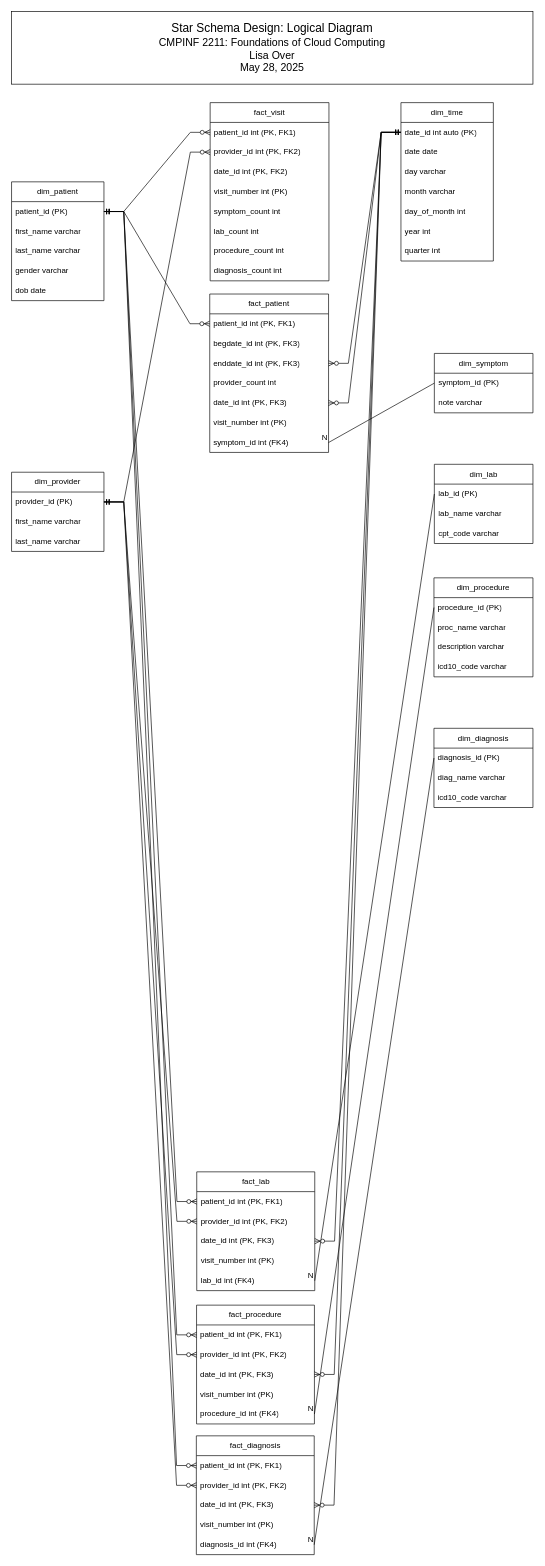
Before: EMR_Star_Schema/schema_diagram.drawio in sandbox-lisa/drawio, a draw.io diagram. Source tidied: cells renumbered, new cells numbered last; positions are measured from the earlier drawing's top-left corner, leaving out a move shared by most shapes. Both pictures are drawn from the tidied source at 66%, with x=0, y=0 at pixel (11, 11).
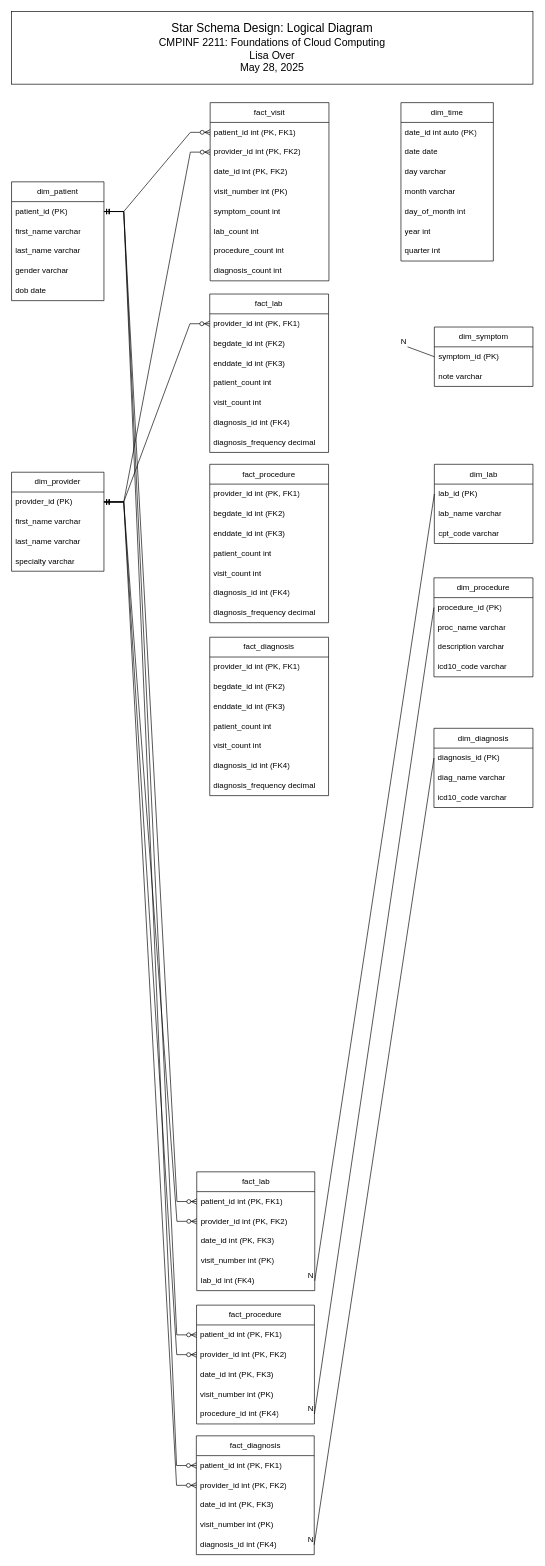
The same diagram, later.

The change refers to these unchanged cells:
```xml
<mxCell id="12" value="date_id int auto (PK)" style="text;strokeColor=none;fillColor=none;align=left;verticalAlign=middle;spacingLeft=4;spacingRight=4;overflow=hidden;points=[[0,0.5],[1,0.5]];portConstraint=eastwest;whiteSpace=wrap;html=1;" parent="11" vertex="1">
  <mxGeometry y="30" width="140" height="30" as="geometry" />
</mxCell>
<mxCell id="20" value="patient_id (PK)" style="text;strokeColor=none;fillColor=none;align=left;verticalAlign=middle;spacingLeft=4;spacingRight=4;overflow=hidden;points=[[0,0.5],[1,0.5]];portConstraint=eastwest;whiteSpace=wrap;html=1;" parent="19" vertex="1">
  <mxGeometry y="30" width="140" height="30" as="geometry" />
</mxCell>
<mxCell id="26" value="provider_id (PK)" style="text;strokeColor=none;fillColor=none;align=left;verticalAlign=middle;spacingLeft=4;spacingRight=4;overflow=hidden;points=[[0,0.5],[1,0.5]];portConstraint=eastwest;whiteSpace=wrap;html=1;" parent="25" vertex="1">
  <mxGeometry y="30" width="140" height="30" as="geometry" />
</mxCell>
<mxCell id="48" value="date_id int (PK, FK3)" style="text;strokeColor=none;fillColor=none;align=left;verticalAlign=middle;spacingLeft=4;spacingRight=4;overflow=hidden;points=[[0,0.5],[1,0.5]];portConstraint=eastwest;whiteSpace=wrap;html=1;" parent="45" vertex="1">
  <mxGeometry y="90" width="178.6" height="30" as="geometry" />
</mxCell>
<mxCell id="54" value="date_id int (PK, FK3)" style="text;strokeColor=none;fillColor=none;align=left;verticalAlign=middle;spacingLeft=4;spacingRight=4;overflow=hidden;points=[[0,0.5],[1,0.5]];portConstraint=eastwest;whiteSpace=wrap;html=1;" parent="51" vertex="1">
  <mxGeometry y="90" width="178.8" height="30" as="geometry" />
</mxCell>
<mxCell id="60" value="date_id int (PK, FK3)" style="text;strokeColor=none;fillColor=none;align=left;verticalAlign=middle;spacingLeft=4;spacingRight=4;overflow=hidden;points=[[0,0.5],[1,0.5]];portConstraint=eastwest;whiteSpace=wrap;html=1;" parent="57" vertex="1">
  <mxGeometry y="90" width="178.6" height="30" as="geometry" />
</mxCell>
```

The edit, as a diff of the source:
```diff
@@
     <mxCell id="25" value="dim_provider" style="swimlane;fontStyle=0;horizontal=1;startSize=30;whiteSpace=wrap;html=1;" parent="1" vertex="1">
-      <mxGeometry y="698" width="140" height="120" as="geometry" />
+      <mxGeometry y="698" width="140" height="150" as="geometry" />
     </mxCell>
@@
+    <mxCell id="94" value="specialty varchar" style="text;strokeColor=none;fillColor=none;align=left;verticalAlign=middle;spacingLeft=4;spacingRight=4;overflow=hidden;whiteSpace=wrap;html=1;" parent="25" vertex="1">
+      <mxGeometry y="120" width="140" height="30" as="geometry" />
+    </mxCell>
@@
-    <mxCell id="33" value="dim_symptom" style="swimlane;fontStyle=0;horizontal=1;startSize=30;whiteSpace=wrap;html=1;" parent="1" vertex="1">
-      <mxGeometry x="640.6" y="518" width="149.4" height="90" as="geometry" />
-    </mxCell>
-    <mxCell id="34" value="symptom_id (PK)" style="text;strokeColor=none;fillColor=none;align=left;verticalAlign=middle;spacingLeft=4;spacingRight=4;overflow=hidden;points=[[0,0.5],[1,0.5]];portConstraint=eastwest;whiteSpace=wrap;html=1;" parent="33" vertex="1">
-      <mxGeometry y="30" width="149.4" height="30" as="geometry" />
-    </mxCell>
-    <mxCell id="35" value="note&amp;nbsp;varchar" style="text;strokeColor=none;fillColor=none;align=left;verticalAlign=middle;spacingLeft=4;spacingRight=4;overflow=hidden;whiteSpace=wrap;html=1;" parent="33" vertex="1">
-      <mxGeometry y="60" width="149.4" height="30" as="geometry" />
-    </mxCell>
@@
-    <mxCell id="37" value="fact_patient" style="swimlane;fontStyle=0;horizontal=1;startSize=30;whiteSpace=wrap;html=1;" parent="1" vertex="1">
+    <mxCell id="37" value="fact_lab" style="swimlane;fontStyle=0;horizontal=1;startSize=30;whiteSpace=wrap;html=1;" parent="1" vertex="1">
       <mxGeometry x="300.3" y="428" width="180" height="240" as="geometry" />
     </mxCell>
-    <mxCell id="38" value="patient_id int (PK, FK1)" style="text;strokeColor=none;fillColor=none;align=left;verticalAlign=middle;spacingLeft=4;spacingRight=4;overflow=hidden;points=[[0,0.5],[1,0.5]];portConstraint=eastwest;whiteSpace=wrap;html=1;" parent="37" vertex="1">
+    <mxCell id="38" value="provider_id int (PK, FK1)" style="text;strokeColor=none;fillColor=none;align=left;verticalAlign=middle;spacingLeft=4;spacingRight=4;overflow=hidden;points=[[0,0.5],[1,0.5]];portConstraint=eastwest;whiteSpace=wrap;html=1;" parent="37" vertex="1">
       <mxGeometry y="30" width="180" height="30" as="geometry" />
     </mxCell>
-    <mxCell id="39" value="begdate_id int (PK, FK3)" style="text;strokeColor=none;fillColor=none;align=left;verticalAlign=middle;spacingLeft=4;spacingRight=4;overflow=hidden;whiteSpace=wrap;html=1;" parent="37" vertex="1">
+    <mxCell id="39" value="begdate_id int (FK2)" style="text;strokeColor=none;fillColor=none;align=left;verticalAlign=middle;spacingLeft=4;spacingRight=4;overflow=hidden;whiteSpace=wrap;html=1;" parent="37" vertex="1">
       <mxGeometry y="60" width="180" height="30" as="geometry" />
     </mxCell>
-    <mxCell id="40" value="enddate_id int (PK, FK3)" style="text;strokeColor=none;fillColor=none;align=left;verticalAlign=middle;spacingLeft=4;spacingRight=4;overflow=hidden;points=[[0,0.5],[1,0.5]];portConstraint=eastwest;whiteSpace=wrap;html=1;" parent="37" vertex="1">
+    <mxCell id="40" value="enddate_id int (FK3)" style="text;strokeColor=none;fillColor=none;align=left;verticalAlign=middle;spacingLeft=4;spacingRight=4;overflow=hidden;points=[[0,0.5],[1,0.5]];portConstraint=eastwest;whiteSpace=wrap;html=1;" parent="37" vertex="1">
       <mxGeometry y="90" width="180" height="30" as="geometry" />
     </mxCell>
-    <mxCell id="41" value="provider_count int" style="text;strokeColor=none;fillColor=none;align=left;verticalAlign=middle;spacingLeft=4;spacingRight=4;overflow=hidden;whiteSpace=wrap;html=1;" parent="37" vertex="1">
+    <mxCell id="41" value="patient_count int" style="text;strokeColor=none;fillColor=none;align=left;verticalAlign=middle;spacingLeft=4;spacingRight=4;overflow=hidden;whiteSpace=wrap;html=1;" parent="37" vertex="1">
       <mxGeometry y="120" width="180" height="30" as="geometry" />
     </mxCell>
-    <mxCell id="42" value="date_id int (PK, FK3)" style="text;strokeColor=none;fillColor=none;align=left;verticalAlign=middle;spacingLeft=4;spacingRight=4;overflow=hidden;points=[[0,0.5],[1,0.5]];portConstraint=eastwest;whiteSpace=wrap;html=1;" parent="37" vertex="1">
-      <mxGeometry y="150" width="180" height="30" as="geometry" />
-    </mxCell>
+    <mxCell id="95" value="visit_count int" style="text;strokeColor=none;fillColor=none;align=left;verticalAlign=middle;spacingLeft=4;spacingRight=4;overflow=hidden;whiteSpace=wrap;html=1;" parent="37" vertex="1">
+      <mxGeometry y="150" width="180" height="30" as="geometry" />
+    </mxCell>
-    <mxCell id="43" value="visit_number int (PK)" style="text;strokeColor=none;fillColor=none;align=left;verticalAlign=middle;spacingLeft=4;spacingRight=4;overflow=hidden;whiteSpace=wrap;html=1;" parent="37" vertex="1">
+    <mxCell id="43" value="diagnosis_id int (FK4)" style="text;strokeColor=none;fillColor=none;align=left;verticalAlign=middle;spacingLeft=4;spacingRight=4;overflow=hidden;whiteSpace=wrap;html=1;" parent="37" vertex="1">
       <mxGeometry y="180" width="180" height="30" as="geometry" />
     </mxCell>
-    <mxCell id="44" value="symptom_id int&amp;nbsp;(FK4)" style="text;strokeColor=none;fillColor=none;align=left;verticalAlign=middle;spacingLeft=4;spacingRight=4;overflow=hidden;points=[[0,0.5],[1,0.5]];portConstraint=eastwest;whiteSpace=wrap;html=1;" parent="37" vertex="1">
+    <mxCell id="44" value="diagnosis_frequency decimal" style="text;strokeColor=none;fillColor=none;align=left;verticalAlign=middle;spacingLeft=4;spacingRight=4;overflow=hidden;points=[[0,0.5],[1,0.5]];portConstraint=eastwest;whiteSpace=wrap;html=1;" parent="37" vertex="1">
       <mxGeometry y="210" width="180" height="30" as="geometry" />
     </mxCell>
@@
-    <mxCell id="72" style="endArrow=none;html=1;rounded=0;exitX=0;exitY=0.5;exitDx=0;exitDy=0;entryX=1;entryY=0.5;entryDx=0;entryDy=0;" parent="1" edge="1" source="34" target="44">
-      <mxGeometry relative="1" as="geometry" />
-    </mxCell>
-    <mxCell id="73" value="N" style="html=1;whiteSpace=wrap;align=right;verticalAlign=bottom;" parent="72" vertex="1">
-      <mxGeometry x="1" relative="1" as="geometry" />
-    </mxCell>
@@
-    <mxCell id="81" style="edgeStyle=entityRelationEdgeStyle;fontSize=12;html=1;endArrow=ERzeroToMany;startArrow=ERmandOne;rounded=0;entryX=0;entryY=0.5;entryDx=0;entryDy=0;exitX=1;exitY=0.5;exitDx=0;exitDy=0;" parent="1" edge="1" source="20" target="38">
+    <mxCell id="81" style="edgeStyle=entityRelationEdgeStyle;fontSize=12;html=1;endArrow=ERzeroToMany;startArrow=ERmandOne;rounded=0;entryX=0;entryY=0.5;entryDx=0;entryDy=0;exitX=1;exitY=0.5;exitDx=0;exitDy=0;" parent="1" edge="1" source="26" target="38">
       <mxGeometry relative="1" as="geometry" />
     </mxCell>
@@
-    <mxCell id="89" style="edgeStyle=entityRelationEdgeStyle;fontSize=12;html=1;endArrow=ERzeroToMany;startArrow=ERmandOne;rounded=0;entryX=1;entryY=0.5;entryDx=0;entryDy=0;exitX=0;exitY=0.5;exitDx=0;exitDy=0;" parent="1" edge="1" source="12" target="40">
-      <mxGeometry relative="1" as="geometry" />
-    </mxCell>
-    <mxCell id="90" style="edgeStyle=entityRelationEdgeStyle;fontSize=12;html=1;endArrow=ERzeroToMany;startArrow=ERmandOne;rounded=0;exitX=0;exitY=0.5;exitDx=0;exitDy=0;entryX=1;entryY=0.5;entryDx=0;entryDy=0;" parent="1" edge="1" source="12" target="42">
-      <mxGeometry relative="1" as="geometry" />
-    </mxCell>
-    <mxCell id="91" style="edgeStyle=entityRelationEdgeStyle;fontSize=12;html=1;endArrow=ERzeroToMany;startArrow=ERmandOne;rounded=0;exitX=0;exitY=0.5;exitDx=0;exitDy=0;entryX=1;entryY=0.5;entryDx=0;entryDy=0;" parent="1" edge="1" source="12" target="54">
-      <mxGeometry relative="1" as="geometry" />
-    </mxCell>
-    <mxCell id="92" style="edgeStyle=entityRelationEdgeStyle;fontSize=12;html=1;endArrow=ERzeroToMany;startArrow=ERmandOne;rounded=0;exitX=0;exitY=0.5;exitDx=0;exitDy=0;entryX=1;entryY=0.5;entryDx=0;entryDy=0;" parent="1" edge="1" source="12" target="48">
-      <mxGeometry relative="1" as="geometry" />
-    </mxCell>
-    <mxCell id="93" style="edgeStyle=entityRelationEdgeStyle;fontSize=12;html=1;endArrow=ERzeroToMany;startArrow=ERmandOne;rounded=0;entryX=1;entryY=0.5;entryDx=0;entryDy=0;exitX=0;exitY=0.5;exitDx=0;exitDy=0;" parent="1" edge="1" source="12" target="60">
-      <mxGeometry relative="1" as="geometry" />
-    </mxCell>
+    <mxCell id="96" value="fact_procedure" style="swimlane;fontStyle=0;horizontal=1;startSize=30;whiteSpace=wrap;html=1;" parent="1" vertex="1">
+      <mxGeometry x="300.3" y="686" width="180" height="240" as="geometry" />
+    </mxCell>
+    <mxCell id="97" value="provider_id int (PK, FK1)" style="text;strokeColor=none;fillColor=none;align=left;verticalAlign=middle;spacingLeft=4;spacingRight=4;overflow=hidden;whiteSpace=wrap;html=1;" parent="96" vertex="1">
+      <mxGeometry y="30" width="180" height="30" as="geometry" />
+    </mxCell>
+    <mxCell id="98" value="begdate_id int (FK2)" style="text;strokeColor=none;fillColor=none;align=left;verticalAlign=middle;spacingLeft=4;spacingRight=4;overflow=hidden;whiteSpace=wrap;html=1;" parent="96" vertex="1">
+      <mxGeometry y="60" width="180" height="30" as="geometry" />
+    </mxCell>
+    <mxCell id="99" value="enddate_id int (FK3)" style="text;strokeColor=none;fillColor=none;align=left;verticalAlign=middle;spacingLeft=4;spacingRight=4;overflow=hidden;whiteSpace=wrap;html=1;" parent="96" vertex="1">
+      <mxGeometry y="90" width="180" height="30" as="geometry" />
+    </mxCell>
+    <mxCell id="100" value="patient_count int" style="text;strokeColor=none;fillColor=none;align=left;verticalAlign=middle;spacingLeft=4;spacingRight=4;overflow=hidden;whiteSpace=wrap;html=1;" parent="96" vertex="1">
+      <mxGeometry y="120" width="180" height="30" as="geometry" />
+    </mxCell>
+    <mxCell id="101" value="visit_count int" style="text;strokeColor=none;fillColor=none;align=left;verticalAlign=middle;spacingLeft=4;spacingRight=4;overflow=hidden;whiteSpace=wrap;html=1;" parent="96" vertex="1">
+      <mxGeometry y="150" width="180" height="30" as="geometry" />
+    </mxCell>
+    <mxCell id="102" value="diagnosis_id int (FK4)" style="text;strokeColor=none;fillColor=none;align=left;verticalAlign=middle;spacingLeft=4;spacingRight=4;overflow=hidden;whiteSpace=wrap;html=1;" parent="96" vertex="1">
+      <mxGeometry y="180" width="180" height="30" as="geometry" />
+    </mxCell>
+    <mxCell id="103" value="diagnosis_frequency decimal" style="text;strokeColor=none;fillColor=none;align=left;verticalAlign=middle;spacingLeft=4;spacingRight=4;overflow=hidden;whiteSpace=wrap;html=1;" parent="96" vertex="1">
+      <mxGeometry y="210" width="180" height="30" as="geometry" />
+    </mxCell>
+    <mxCell id="104" value="fact_diagnosis" style="swimlane;fontStyle=0;horizontal=1;startSize=30;whiteSpace=wrap;html=1;" parent="1" vertex="1">
+      <mxGeometry x="300.3" y="948" width="180" height="240" as="geometry" />
+    </mxCell>
+    <mxCell id="105" value="provider_id int (PK, FK1)" style="text;strokeColor=none;fillColor=none;align=left;verticalAlign=middle;spacingLeft=4;spacingRight=4;overflow=hidden;whiteSpace=wrap;html=1;" parent="104" vertex="1">
+      <mxGeometry y="30" width="180" height="30" as="geometry" />
+    </mxCell>
+    <mxCell id="106" value="begdate_id int (FK2)" style="text;strokeColor=none;fillColor=none;align=left;verticalAlign=middle;spacingLeft=4;spacingRight=4;overflow=hidden;whiteSpace=wrap;html=1;" parent="104" vertex="1">
+      <mxGeometry y="60" width="180" height="30" as="geometry" />
+    </mxCell>
+    <mxCell id="107" value="enddate_id int (FK3)" style="text;strokeColor=none;fillColor=none;align=left;verticalAlign=middle;spacingLeft=4;spacingRight=4;overflow=hidden;whiteSpace=wrap;html=1;" parent="104" vertex="1">
+      <mxGeometry y="90" width="180" height="30" as="geometry" />
+    </mxCell>
+    <mxCell id="108" value="patient_count int" style="text;strokeColor=none;fillColor=none;align=left;verticalAlign=middle;spacingLeft=4;spacingRight=4;overflow=hidden;whiteSpace=wrap;html=1;" parent="104" vertex="1">
+      <mxGeometry y="120" width="180" height="30" as="geometry" />
+    </mxCell>
+    <mxCell id="109" value="visit_count int" style="text;strokeColor=none;fillColor=none;align=left;verticalAlign=middle;spacingLeft=4;spacingRight=4;overflow=hidden;whiteSpace=wrap;html=1;" parent="104" vertex="1">
+      <mxGeometry y="150" width="180" height="30" as="geometry" />
+    </mxCell>
+    <mxCell id="110" value="diagnosis_id int (FK4)" style="text;strokeColor=none;fillColor=none;align=left;verticalAlign=middle;spacingLeft=4;spacingRight=4;overflow=hidden;whiteSpace=wrap;html=1;" parent="104" vertex="1">
+      <mxGeometry y="180" width="180" height="30" as="geometry" />
+    </mxCell>
+    <mxCell id="111" value="diagnosis_frequency decimal" style="text;strokeColor=none;fillColor=none;align=left;verticalAlign=middle;spacingLeft=4;spacingRight=4;overflow=hidden;whiteSpace=wrap;html=1;" parent="104" vertex="1">
+      <mxGeometry y="210" width="180" height="30" as="geometry" />
+    </mxCell>
+    <mxCell id="33" value="dim_symptom" style="swimlane;fontStyle=0;horizontal=1;startSize=30;whiteSpace=wrap;html=1;" parent="1" vertex="1">
+      <mxGeometry x="640.6" y="478" width="149.4" height="90" as="geometry" />
+    </mxCell>
+    <mxCell id="34" value="symptom_id (PK)" style="text;strokeColor=none;fillColor=none;align=left;verticalAlign=middle;spacingLeft=4;spacingRight=4;overflow=hidden;points=[[0,0.5],[1,0.5]];portConstraint=eastwest;whiteSpace=wrap;html=1;" parent="33" vertex="1">
+      <mxGeometry y="30" width="149.4" height="30" as="geometry" />
+    </mxCell>
+    <mxCell id="35" value="note&amp;nbsp;varchar" style="text;strokeColor=none;fillColor=none;align=left;verticalAlign=middle;spacingLeft=4;spacingRight=4;overflow=hidden;whiteSpace=wrap;html=1;" parent="33" vertex="1">
+      <mxGeometry y="60" width="149.4" height="30" as="geometry" />
+    </mxCell>
+    <mxCell id="112" style="endArrow=none;html=1;rounded=0;exitX=0;exitY=0.5;exitDx=0;exitDy=0;" parent="1" edge="1" source="34">
+      <mxGeometry relative="1" as="geometry">
+        <mxPoint x="600" y="508" as="targetPoint" />
+      </mxGeometry>
+    </mxCell>
+    <mxCell id="73" value="N" style="html=1;whiteSpace=wrap;align=right;verticalAlign=bottom;" parent="112" vertex="1">
+      <mxGeometry x="1" relative="1" as="geometry" />
+    </mxCell>
```
